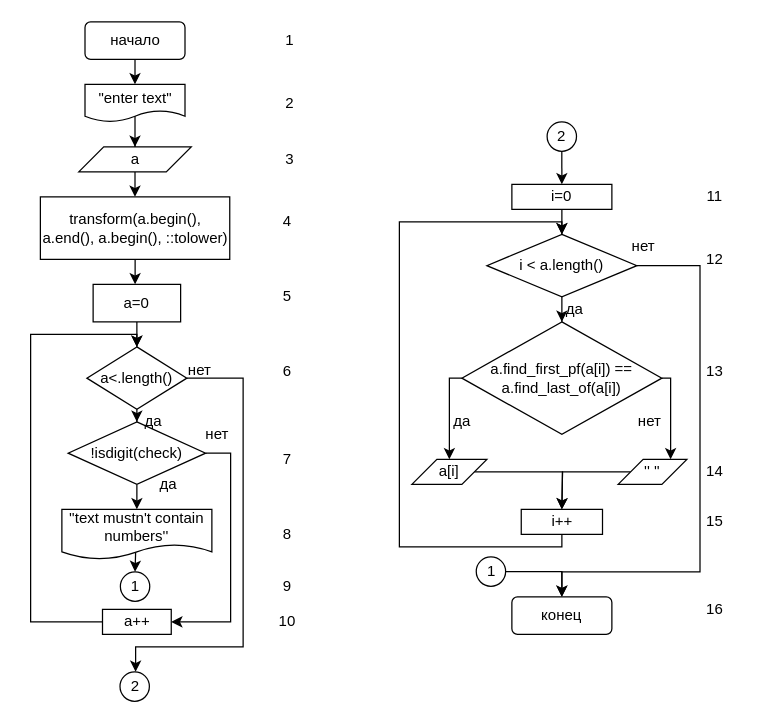
klep1koff/lifeishard keeps this draw.io diagram as 9/9.2(10).drawio. Above is the earlier version. Source tidied: cells renumbered, new cells numbered last; positions are measured from the earlier drawing's top-left corner, leaving out a move shared by most shapes. Both pictures are drawn from the tidied source at 125%, with x=0, y=0 at pixel (30, 21).
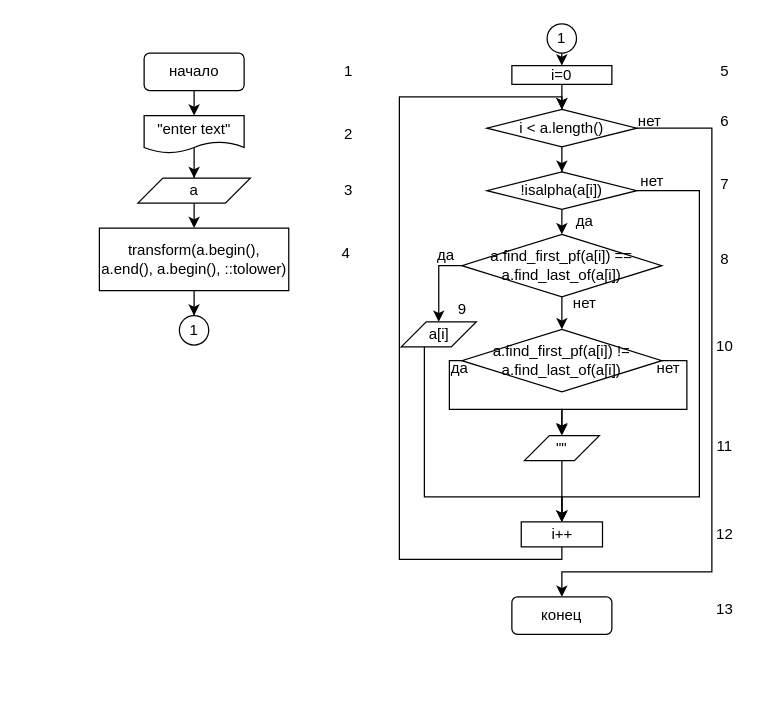
After the change.

Unchanged cells that the change refers to:
```xml
<mxCell id="25" value="конец" style="rounded=1;whiteSpace=wrap;html=1;" parent="1" vertex="1">
  <mxGeometry x="385" y="460" width="80" height="30" as="geometry" />
</mxCell>
```

What changed in the source:
```diff
@@
     <mxCell id="2" style="edgeStyle=orthogonalEdgeStyle;rounded=0;orthogonalLoop=1;jettySize=auto;html=1;" parent="1" edge="1">
       <mxGeometry relative="1" as="geometry">
-        <mxPoint x="83.5" y="30" as="sourcePoint" />
-        <mxPoint x="83.5" y="50" as="targetPoint" />
+        <mxPoint x="130.8" y="55" as="sourcePoint" />
+        <mxPoint x="130.8" y="75" as="targetPoint" />
       </mxGeometry>
     </mxCell>
     <mxCell id="3" value="1" style="text;html=1;align=center;verticalAlign=middle;strokeColor=none;fillColor=none;" parent="1" vertex="1">
-      <mxGeometry x="196.5" y="5" width="20" height="20" as="geometry" />
+      <mxGeometry x="243.8" y="30" width="20" height="20" as="geometry" />
     </mxCell>
@@
     <mxCell id="5" value="&quot;enter text&quot;" style="shape=document;whiteSpace=wrap;html=1;boundedLbl=1;" parent="1" vertex="1">
-      <mxGeometry x="43.5" y="50" width="80" height="30" as="geometry" />
+      <mxGeometry x="90.8" y="75" width="80" height="30" as="geometry" />
     </mxCell>
@@
     <mxCell id="7" value="a" style="shape=parallelogram;perimeter=parallelogramPerimeter;whiteSpace=wrap;html=1;fixedSize=1;" parent="1" vertex="1">
-      <mxGeometry x="38.5" y="100" width="90" height="20" as="geometry" />
+      <mxGeometry x="85.8" y="125" width="90" height="20" as="geometry" />
     </mxCell>
@@
     <mxCell id="9" value="i=0" style="whiteSpace=wrap;html=1;" parent="1" vertex="1">
-      <mxGeometry x="385" y="130" width="80" height="20" as="geometry" />
+      <mxGeometry x="385" y="35" width="80" height="15" as="geometry" />
     </mxCell>
-    <mxCell id="10" style="edgeStyle=orthogonalEdgeStyle;rounded=0;jettySize=auto;html=1;" parent="1" edge="1" source="12" target="15">
-      <mxGeometry relative="1" as="geometry" />
-    </mxCell>
     <mxCell id="11" style="edgeStyle=orthogonalEdgeStyle;rounded=0;jettySize=auto;html=1;entryX=0.5;entryY=0;entryDx=0;entryDy=0;" parent="1" edge="1" source="12" target="25">
       <mxGeometry relative="1" as="geometry">
         <Array as="points">
-          <mxPoint x="535.5" y="195" />
-          <mxPoint x="535.5" y="440" />
-          <mxPoint x="425.5" y="440" />
+          <mxPoint x="545" y="85" />
+          <mxPoint x="545" y="440" />
+          <mxPoint x="425" y="440" />
         </Array>
       </mxGeometry>
     </mxCell>
+    <mxCell id="67" style="edgeStyle=orthogonalEdgeStyle;rounded=0;jettySize=auto;html=1;" parent="1" edge="1" source="12" target="73">
+      <mxGeometry relative="1" as="geometry" />
+    </mxCell>
     <mxCell id="12" value="i &amp;lt; a.length()" style="rhombus;whiteSpace=wrap;html=1;" parent="1" vertex="1">
-      <mxGeometry x="365" y="170" width="120" height="50" as="geometry" />
+      <mxGeometry x="365" y="70" width="120" height="30" as="geometry" />
     </mxCell>
     <mxCell id="13" style="edgeStyle=orthogonalEdgeStyle;rounded=0;jettySize=auto;html=1;exitX=0;exitY=0.5;exitDx=0;exitDy=0;entryX=0.5;entryY=0;entryDx=0;entryDy=0;" parent="1" edge="1" source="15" target="17">
       <mxGeometry relative="1" as="geometry">
         <Array as="points">
-          <mxPoint x="335" y="285" />
+          <mxPoint x="327" y="195" />
+          <mxPoint x="327" y="240" />
         </Array>
       </mxGeometry>
     </mxCell>
-    <mxCell id="14" style="edgeStyle=orthogonalEdgeStyle;rounded=0;jettySize=auto;html=1;" parent="1" edge="1" source="15" target="19">
-      <mxGeometry relative="1" as="geometry">
-        <Array as="points">
-          <mxPoint x="512" y="285" />
-        </Array>
-      </mxGeometry>
-    </mxCell>
+    <mxCell id="68" style="edgeStyle=orthogonalEdgeStyle;rounded=0;jettySize=auto;html=1;" parent="1" edge="1" source="15" target="77">
+      <mxGeometry relative="1" as="geometry" />
+    </mxCell>
     <mxCell id="15" value="a.find_first_pf(a[i]) ==&lt;br&gt;a.find_last_of(a[i])" style="rhombus;whiteSpace=wrap;html=1;" parent="1" vertex="1">
-      <mxGeometry x="345" y="240" width="160" height="90" as="geometry" />
+      <mxGeometry x="345" y="170" width="160" height="50" as="geometry" />
     </mxCell>
-    <mxCell id="16" style="edgeStyle=orthogonalEdgeStyle;rounded=0;jettySize=auto;html=1;exitX=1;exitY=0.5;exitDx=0;exitDy=0;" parent="1" edge="1" source="17">
-      <mxGeometry relative="1" as="geometry">
-        <mxPoint x="425" y="390" as="targetPoint" />
-      </mxGeometry>
-    </mxCell>
+    <mxCell id="69" style="edgeStyle=orthogonalEdgeStyle;rounded=0;jettySize=auto;html=1;entryX=0.5;entryY=0;entryDx=0;entryDy=0;" parent="1" edge="1" source="17" target="21">
+      <mxGeometry relative="1" as="geometry">
+        <Array as="points">
+          <mxPoint x="315" y="380" />
+          <mxPoint x="425" y="380" />
+        </Array>
+      </mxGeometry>
+    </mxCell>
     <mxCell id="17" value="a[i]" style="shape=parallelogram;perimeter=parallelogramPerimeter;whiteSpace=wrap;html=1;fixedSize=1;" parent="1" vertex="1">
-      <mxGeometry x="305" y="350" width="60" height="20" as="geometry" />
+      <mxGeometry x="296.5" y="240" width="60" height="20" as="geometry" />
     </mxCell>
-    <mxCell id="18" style="edgeStyle=orthogonalEdgeStyle;rounded=0;jettySize=auto;html=1;exitX=0;exitY=0.5;exitDx=0;exitDy=0;" parent="1" edge="1" source="19">
-      <mxGeometry relative="1" as="geometry">
-        <mxPoint x="425" y="390" as="targetPoint" />
-      </mxGeometry>
-    </mxCell>
-    <mxCell id="19" value="'' ''" style="shape=parallelogram;perimeter=parallelogramPerimeter;whiteSpace=wrap;html=1;fixedSize=1;" parent="1" vertex="1">
-      <mxGeometry x="470" y="350" width="55" height="20" as="geometry" />
-    </mxCell>
     <mxCell id="20" style="edgeStyle=orthogonalEdgeStyle;rounded=0;jettySize=auto;html=1;" parent="1" edge="1" source="21">
       <mxGeometry relative="1" as="geometry">
-        <mxPoint x="425" y="170" as="targetPoint" />
+        <mxPoint x="425" y="70" as="targetPoint" />
         <Array as="points">
-          <mxPoint x="425" y="420" />
-          <mxPoint x="295" y="420" />
-          <mxPoint x="295" y="160" />
-          <mxPoint x="425" y="160" />
+          <mxPoint x="425" y="430" />
+          <mxPoint x="295" y="430" />
+          <mxPoint x="295" y="60" />
+          <mxPoint x="425" y="60" />
         </Array>
       </mxGeometry>
     </mxCell>
     <mxCell id="21" value="i++" style="rounded=0;whiteSpace=wrap;html=1;" parent="1" vertex="1">
-      <mxGeometry x="392.5" y="390" width="65" height="20" as="geometry" />
+      <mxGeometry x="392.5" y="400" width="65" height="20" as="geometry" />
     </mxCell>
-    <mxCell id="22" value="да" style="text;html=1;align=center;verticalAlign=middle;strokeColor=none;fillColor=none;" parent="1" vertex="1">
-      <mxGeometry x="420" y="220" width="30" height="20" as="geometry" />
-    </mxCell>
     <mxCell id="23" value="да" style="text;html=1;align=center;verticalAlign=middle;strokeColor=none;fillColor=none;" parent="1" vertex="1">
-      <mxGeometry x="330" y="310" width="30" height="20" as="geometry" />
+      <mxGeometry x="317" y="177" width="30" height="20" as="geometry" />
     </mxCell>
     <mxCell id="24" value="нет" style="text;html=1;align=center;verticalAlign=middle;strokeColor=none;fillColor=none;" parent="1" vertex="1">
-      <mxGeometry x="480" y="310" width="30" height="20" as="geometry" />
+      <mxGeometry x="427.5" y="215" width="30" height="20" as="geometry" />
     </mxCell>
@@
     <mxCell id="26" value="начало" style="rounded=1;whiteSpace=wrap;html=1;" parent="1" vertex="1">
-      <mxGeometry x="43.5" width="80" height="30" as="geometry" />
+      <mxGeometry x="90.8" y="25" width="80" height="30" as="geometry" />
     </mxCell>
     <mxCell id="27" value="2" style="text;html=1;align=center;verticalAlign=middle;strokeColor=none;fillColor=none;" parent="1" vertex="1">
-      <mxGeometry x="196.5" y="55" width="20" height="20" as="geometry" />
+      <mxGeometry x="243.8" y="80" width="20" height="20" as="geometry" />
     </mxCell>
     <mxCell id="28" value="3" style="text;html=1;align=center;verticalAlign=middle;strokeColor=none;fillColor=none;" parent="1" vertex="1">
-      <mxGeometry x="196.5" y="100" width="20" height="20" as="geometry" />
+      <mxGeometry x="243.8" y="125" width="20" height="20" as="geometry" />
     </mxCell>
     <mxCell id="29" value="нет" style="text;html=1;align=center;verticalAlign=middle;strokeColor=none;fillColor=none;" parent="1" vertex="1">
-      <mxGeometry x="475" y="170" width="30" height="20" as="geometry" />
+      <mxGeometry x="480" y="70" width="30" height="20" as="geometry" />
     </mxCell>
-    <mxCell id="30" style="edgeStyle=orthogonalEdgeStyle;rounded=0;jettySize=auto;html=1;" parent="1" edge="1" source="31" target="34">
-      <mxGeometry relative="1" as="geometry" />
-    </mxCell>
-    <mxCell id="31" value="a=0" style="rounded=0;whiteSpace=wrap;html=1;" parent="1" vertex="1">
-      <mxGeometry x="50" y="210" width="70" height="30" as="geometry" />
-    </mxCell>
-    <mxCell id="32" style="edgeStyle=orthogonalEdgeStyle;rounded=0;jettySize=auto;html=1;" parent="1" edge="1" source="34" target="37">
-      <mxGeometry relative="1" as="geometry" />
-    </mxCell>
-    <mxCell id="33" style="edgeStyle=orthogonalEdgeStyle;rounded=0;jettySize=auto;html=1;" parent="1" edge="1" source="34">
-      <mxGeometry relative="1" as="geometry">
-        <mxPoint x="84" y="520" as="targetPoint" />
-        <Array as="points">
-          <mxPoint x="170" y="285" />
-          <mxPoint x="170" y="500" />
-          <mxPoint x="84" y="500" />
-          <mxPoint x="84" y="520" />
-        </Array>
-      </mxGeometry>
-    </mxCell>
-    <mxCell id="34" value="a&amp;lt;.length()" style="rhombus;whiteSpace=wrap;html=1;rounded=0;" parent="1" vertex="1">
-      <mxGeometry x="45" y="260" width="80" height="50" as="geometry" />
-    </mxCell>
-    <mxCell id="35" style="edgeStyle=orthogonalEdgeStyle;rounded=0;jettySize=auto;html=1;" parent="1" edge="1" source="37">
-      <mxGeometry relative="1" as="geometry">
-        <mxPoint x="85" y="390" as="targetPoint" />
-      </mxGeometry>
-    </mxCell>
-    <mxCell id="36" style="edgeStyle=orthogonalEdgeStyle;rounded=0;jettySize=auto;html=1;exitX=1;exitY=0.5;exitDx=0;exitDy=0;entryX=1;entryY=0.5;entryDx=0;entryDy=0;" parent="1" edge="1" source="37" target="41">
-      <mxGeometry relative="1" as="geometry">
-        <Array as="points">
-          <mxPoint x="160" y="345" />
-          <mxPoint x="160" y="480" />
-        </Array>
-      </mxGeometry>
-    </mxCell>
-    <mxCell id="37" value="!isdigit(check)" style="rhombus;whiteSpace=wrap;html=1;rounded=0;" parent="1" vertex="1">
-      <mxGeometry x="30" y="320" width="110" height="50" as="geometry" />
-    </mxCell>
-    <mxCell id="38" style="edgeStyle=orthogonalEdgeStyle;rounded=0;jettySize=auto;html=1;exitX=0.492;exitY=0.819;exitDx=0;exitDy=0;exitPerimeter=0;entryX=0.5;entryY=0;entryDx=0;entryDy=0;" parent="1" edge="1" source="39" target="53">
-      <mxGeometry relative="1" as="geometry" />
-    </mxCell>
-    <mxCell id="39" value="''text mustn't contain numbers''" style="shape=document;whiteSpace=wrap;html=1;boundedLbl=1;" parent="1" vertex="1">
-      <mxGeometry x="25" y="390" width="120" height="40" as="geometry" />
-    </mxCell>
-    <mxCell id="40" style="edgeStyle=orthogonalEdgeStyle;rounded=0;jettySize=auto;html=1;entryX=0.5;entryY=0;entryDx=0;entryDy=0;" parent="1" edge="1" source="41" target="34">
-      <mxGeometry relative="1" as="geometry">
-        <Array as="points">
-          <mxPoint y="480" />
-          <mxPoint y="250" />
-          <mxPoint x="85" y="250" />
-        </Array>
-      </mxGeometry>
-    </mxCell>
-    <mxCell id="41" value="a++" style="whiteSpace=wrap;html=1;" parent="1" vertex="1">
-      <mxGeometry x="57.5" y="470" width="55" height="20" as="geometry" />
-    </mxCell>
-    <mxCell id="42" value="да" style="text;html=1;align=center;verticalAlign=middle;strokeColor=none;fillColor=none;" parent="1" vertex="1">
-      <mxGeometry x="95" y="360" width="30" height="20" as="geometry" />
-    </mxCell>
-    <mxCell id="43" value="да" style="text;html=1;align=center;verticalAlign=middle;strokeColor=none;fillColor=none;" parent="1" vertex="1">
-      <mxGeometry x="82.5" y="310" width="30" height="20" as="geometry" />
-    </mxCell>
-    <mxCell id="44" value="нет" style="text;html=1;align=center;verticalAlign=middle;strokeColor=none;fillColor=none;" parent="1" vertex="1">
-      <mxGeometry x="133.5" y="320" width="30" height="20" as="geometry" />
-    </mxCell>
-    <mxCell id="45" value="нет" style="text;html=1;align=center;verticalAlign=middle;strokeColor=none;fillColor=none;" parent="1" vertex="1">
-      <mxGeometry x="120" y="269" width="30" height="20" as="geometry" />
-    </mxCell>
-    <mxCell id="46" style="edgeStyle=orthogonalEdgeStyle;rounded=0;jettySize=auto;html=1;" parent="1" edge="1" source="47">
-      <mxGeometry relative="1" as="geometry">
-        <mxPoint x="84" y="210" as="targetPoint" />
-      </mxGeometry>
-    </mxCell>
+    <mxCell id="70" style="edgeStyle=orthogonalEdgeStyle;rounded=0;jettySize=auto;html=1;" parent="1" edge="1" source="47" target="83">
+      <mxGeometry relative="1" as="geometry" />
+    </mxCell>
     <mxCell id="47" value="transform(a.begin(), a.end(), a.begin(), ::tolower)" style="whiteSpace=wrap;html=1;" parent="1" vertex="1">
-      <mxGeometry x="7.8" y="140" width="151.5" height="50" as="geometry" />
+      <mxGeometry x="55" y="165" width="151.5" height="50" as="geometry" />
     </mxCell>
     <mxCell id="48" value="4" style="text;html=1;align=center;verticalAlign=middle;strokeColor=none;fillColor=none;" parent="1" vertex="1">
-      <mxGeometry x="195" y="150" width="20" height="20" as="geometry" />
+      <mxGeometry x="242.2" y="175" width="20" height="20" as="geometry" />
     </mxCell>
+    <mxCell id="65" value="1" style="ellipse;whiteSpace=wrap;html=1;" parent="1" vertex="1">
+      <mxGeometry x="413.2" y="1.5" width="23.5" height="23.5" as="geometry" />
+    </mxCell>
+    <mxCell id="66" style="endArrow=classic;html=1;rounded=0;exitX=0.5;exitY=1;exitDx=0;exitDy=0;entryX=0.5;entryY=0;entryDx=0;entryDy=0;" parent="1" edge="1" source="65" target="9">
+      <mxGeometry relative="1" as="geometry" />
+    </mxCell>
+    <mxCell id="71" style="edgeStyle=orthogonalEdgeStyle;rounded=0;jettySize=auto;html=1;" parent="1" edge="1" source="73">
+      <mxGeometry relative="1" as="geometry">
+        <mxPoint x="425" y="170" as="targetPoint" />
+      </mxGeometry>
+    </mxCell>
+    <mxCell id="72" style="edgeStyle=orthogonalEdgeStyle;rounded=0;jettySize=auto;html=1;" parent="1" edge="1" source="73">
+      <mxGeometry relative="1" as="geometry">
+        <mxPoint x="425" y="400" as="targetPoint" />
+        <Array as="points">
+          <mxPoint x="535" y="135" />
+          <mxPoint x="535" y="380" />
+          <mxPoint x="425" y="380" />
+        </Array>
+      </mxGeometry>
+    </mxCell>
+    <mxCell id="73" value="!isalpha(a[i])" style="rhombus;whiteSpace=wrap;html=1;" parent="1" vertex="1">
+      <mxGeometry x="365" y="120" width="120" height="30" as="geometry" />
+    </mxCell>
+    <mxCell id="74" value="да" style="text;html=1;align=center;verticalAlign=middle;strokeColor=none;fillColor=none;" parent="1" vertex="1">
+      <mxGeometry x="427.5" y="150" width="30" height="20" as="geometry" />
+    </mxCell>
+    <mxCell id="75" style="edgeStyle=orthogonalEdgeStyle;rounded=0;jettySize=auto;html=1;exitX=1;exitY=0.5;exitDx=0;exitDy=0;" parent="1" edge="1" source="77">
+      <mxGeometry relative="1" as="geometry">
+        <mxPoint x="425" y="330" as="targetPoint" />
+        <Array as="points">
+          <mxPoint x="525" y="271" />
+          <mxPoint x="525" y="310" />
+          <mxPoint x="425" y="310" />
+        </Array>
+      </mxGeometry>
+    </mxCell>
+    <mxCell id="76" style="edgeStyle=orthogonalEdgeStyle;rounded=0;jettySize=auto;html=1;entryX=0.5;entryY=0;entryDx=0;entryDy=0;" parent="1" edge="1" source="77" target="81">
+      <mxGeometry relative="1" as="geometry">
+        <Array as="points">
+          <mxPoint x="335" y="271" />
+          <mxPoint x="335" y="310" />
+          <mxPoint x="425" y="310" />
+        </Array>
+      </mxGeometry>
+    </mxCell>
+    <mxCell id="77" value="a.find_first_pf(a[i]) !=&lt;br&gt;a.find_last_of(a[i])" style="rhombus;whiteSpace=wrap;html=1;" parent="1" vertex="1">
+      <mxGeometry x="345" y="246" width="160" height="50" as="geometry" />
+    </mxCell>
+    <mxCell id="78" value="да" style="text;html=1;align=center;verticalAlign=middle;strokeColor=none;fillColor=none;" parent="1" vertex="1">
+      <mxGeometry x="328" y="267" width="30" height="20" as="geometry" />
+    </mxCell>
+    <mxCell id="79" value="нет" style="text;html=1;align=center;verticalAlign=middle;strokeColor=none;fillColor=none;" parent="1" vertex="1">
+      <mxGeometry x="495" y="267" width="30" height="20" as="geometry" />
+    </mxCell>
+    <mxCell id="80" style="edgeStyle=orthogonalEdgeStyle;rounded=0;jettySize=auto;html=1;entryX=0.5;entryY=0;entryDx=0;entryDy=0;" parent="1" edge="1" source="81" target="21">
+      <mxGeometry relative="1" as="geometry">
+        <Array as="points">
+          <mxPoint x="425" y="360" />
+          <mxPoint x="425" y="360" />
+        </Array>
+      </mxGeometry>
+    </mxCell>
+    <mxCell id="81" value="&quot;&quot;" style="shape=parallelogram;perimeter=parallelogramPerimeter;whiteSpace=wrap;html=1;fixedSize=1;" parent="1" vertex="1">
+      <mxGeometry x="395" y="331" width="60" height="20" as="geometry" />
+    </mxCell>
+    <mxCell id="82" value="нет" style="text;html=1;align=center;verticalAlign=middle;strokeColor=none;fillColor=none;" parent="1" vertex="1">
+      <mxGeometry x="482" y="118" width="30" height="20" as="geometry" />
+    </mxCell>
+    <mxCell id="83" value="1" style="ellipse;whiteSpace=wrap;html=1;" parent="1" vertex="1">
+      <mxGeometry x="119" y="235" width="23.5" height="23.5" as="geometry" />
+    </mxCell>
     <mxCell id="49" value="5" style="text;html=1;align=center;verticalAlign=middle;strokeColor=none;fillColor=none;" parent="1" vertex="1">
-      <mxGeometry x="195" y="210" width="20" height="20" as="geometry" />
+      <mxGeometry x="545" y="30" width="20" height="20" as="geometry" />
     </mxCell>
     <mxCell id="50" value="6" style="text;html=1;align=center;verticalAlign=middle;strokeColor=none;fillColor=none;" parent="1" vertex="1">
-      <mxGeometry x="195" y="270" width="20" height="20" as="geometry" />
+      <mxGeometry x="545" y="70" width="20" height="20" as="geometry" />
     </mxCell>
     <mxCell id="51" value="7" style="text;html=1;align=center;verticalAlign=middle;strokeColor=none;fillColor=none;" parent="1" vertex="1">
-      <mxGeometry x="195" y="340" width="20" height="20" as="geometry" />
+      <mxGeometry x="545" y="120" width="20" height="20" as="geometry" />
     </mxCell>
     <mxCell id="52" value="8" style="text;html=1;align=center;verticalAlign=middle;strokeColor=none;fillColor=none;" parent="1" vertex="1">
-      <mxGeometry x="195" y="400" width="20" height="20" as="geometry" />
+      <mxGeometry x="545" y="180" width="20" height="20" as="geometry" />
     </mxCell>
-    <mxCell id="53" value="1" style="ellipse;whiteSpace=wrap;html=1;" parent="1" vertex="1">
-      <mxGeometry x="71.8" y="440" width="23.5" height="23.5" as="geometry" />
-    </mxCell>
-    <mxCell id="54" style="edgeStyle=orthogonalEdgeStyle;rounded=0;jettySize=auto;html=1;entryX=0.5;entryY=0;entryDx=0;entryDy=0;" parent="1" edge="1" source="55" target="25">
-      <mxGeometry relative="1" as="geometry">
-        <Array as="points">
-          <mxPoint x="425.5" y="440" />
-        </Array>
-      </mxGeometry>
-    </mxCell>
-    <mxCell id="55" value="1" style="ellipse;whiteSpace=wrap;html=1;" parent="1" vertex="1">
-      <mxGeometry x="356.5" y="428" width="23.5" height="23.5" as="geometry" />
-    </mxCell>
     <mxCell id="56" value="9" style="text;html=1;align=center;verticalAlign=middle;strokeColor=none;fillColor=none;" parent="1" vertex="1">
-      <mxGeometry x="195" y="441.8" width="20" height="20" as="geometry" />
+      <mxGeometry x="335" y="220" width="20" height="20" as="geometry" />
     </mxCell>
     <mxCell id="57" value="10" style="text;html=1;align=center;verticalAlign=middle;strokeColor=none;fillColor=none;" parent="1" vertex="1">
-      <mxGeometry x="190" y="470" width="30" height="20" as="geometry" />
+      <mxGeometry x="540" y="250" width="30" height="20" as="geometry" />
     </mxCell>
     <mxCell id="58" value="11" style="text;html=1;align=center;verticalAlign=middle;strokeColor=none;fillColor=none;" parent="1" vertex="1">
-      <mxGeometry x="531.5" y="130" width="30" height="20" as="geometry" />
+      <mxGeometry x="540" y="330" width="30" height="20" as="geometry" />
     </mxCell>
     <mxCell id="59" value="12" style="text;html=1;align=center;verticalAlign=middle;strokeColor=none;fillColor=none;" parent="1" vertex="1">
-      <mxGeometry x="531.5" y="180" width="30" height="20" as="geometry" />
+      <mxGeometry x="540" y="400" width="30" height="20" as="geometry" />
     </mxCell>
     <mxCell id="60" value="13" style="text;html=1;align=center;verticalAlign=middle;strokeColor=none;fillColor=none;" parent="1" vertex="1">
-      <mxGeometry x="531.5" y="270" width="30" height="20" as="geometry" />
+      <mxGeometry x="540" y="460" width="30" height="20" as="geometry" />
     </mxCell>
-    <mxCell id="61" value="14" style="text;html=1;align=center;verticalAlign=middle;strokeColor=none;fillColor=none;" parent="1" vertex="1">
-      <mxGeometry x="531.5" y="350" width="30" height="20" as="geometry" />
-    </mxCell>
-    <mxCell id="62" value="15" style="text;html=1;align=center;verticalAlign=middle;strokeColor=none;fillColor=none;" parent="1" vertex="1">
-      <mxGeometry x="531.5" y="390" width="30" height="20" as="geometry" />
-    </mxCell>
-    <mxCell id="63" value="16" style="text;html=1;align=center;verticalAlign=middle;strokeColor=none;fillColor=none;" parent="1" vertex="1">
-      <mxGeometry x="531.5" y="460" width="30" height="20" as="geometry" />
-    </mxCell>
-    <mxCell id="64" value="2" style="ellipse;whiteSpace=wrap;html=1;" parent="1" vertex="1">
-      <mxGeometry x="71.5" y="520" width="23.5" height="23.5" as="geometry" />
-    </mxCell>
-    <mxCell id="65" value="2" style="ellipse;whiteSpace=wrap;html=1;" parent="1" vertex="1">
-      <mxGeometry x="413.2" y="80" width="23.5" height="23.5" as="geometry" />
-    </mxCell>
-    <mxCell id="66" style="endArrow=classic;html=1;rounded=0;exitX=0.5;exitY=1;exitDx=0;exitDy=0;entryX=0.5;entryY=0;entryDx=0;entryDy=0;" parent="1" edge="1" source="65" target="9">
-      <mxGeometry relative="1" as="geometry" />
-    </mxCell>
```
